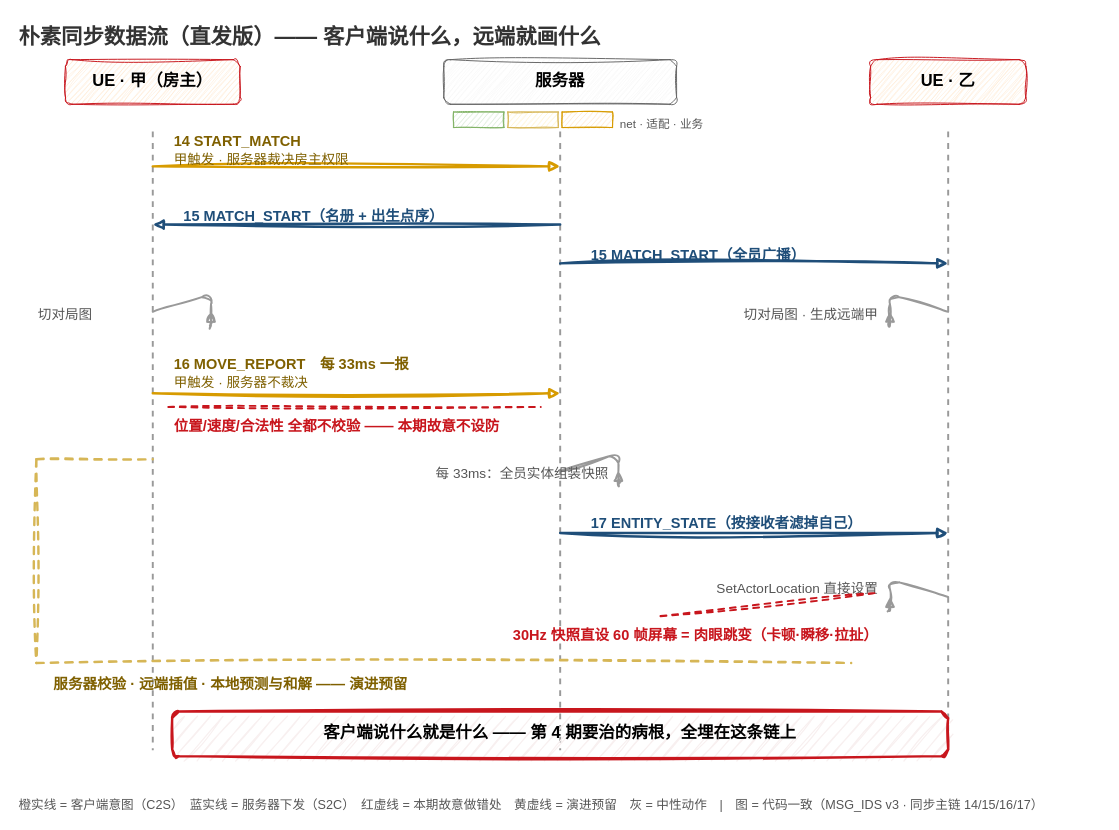
x-PiXiu/Sightline keeps this draw.io diagram as docs/episodes/ep03/match_dataflow.drawio. Above is the earlier version. Source tidied: cells renumbered, new cells numbered last; positions are measured from the earlier drawing's top-left corner, leaving out a move shared by most shapes. Both pictures are drawn from the tidied source at 97%, with x=0, y=0 at pixel (16, 16).
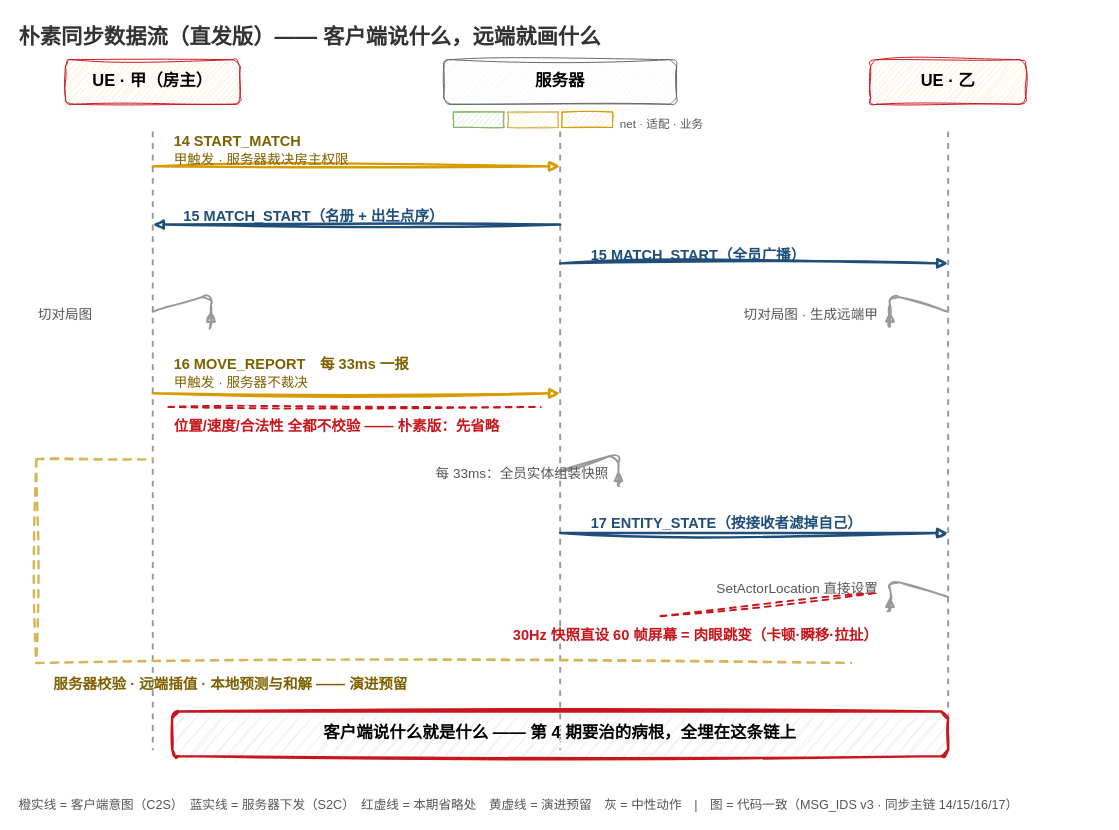
The same diagram, later.

Commit message:
ep03 正片口径修正（用户令）：全片禁说「故意做错」改「省略/朴素版」——match_dataflow 红标与图例改措辞重渲+走查变体重跑；脚本成果前置重排（S2=成果先看·军令状并段尾对账）

Change to the diagram source:
```diff
@@
-    <mxCell id="27" value="位置/速度/合法性 全都不校验 —— 本期故意不设防" style="text;fontSize=15;fontStyle=1;fontColor=#c8161d;align=left;sketch=1;" parent="1" vertex="1">
+    <mxCell id="27" value="位置/速度/合法性 全都不校验 —— 朴素版：先省略" style="text;fontSize=15;fontStyle=1;fontColor=#c8161d;align=left;sketch=1;" parent="1" vertex="1">
       <mxGeometry x="160" y="406" width="520" height="20" as="geometry" />
     </mxCell>
@@
-    <mxCell id="42" value="橙实线 = 客户端意图（C2S）　蓝实线 = 服务器下发（S2C）　红虚线 = 本期故意做错处　黄虚线 = 演进预留　灰 = 中性动作　|　图 = 代码一致（MSG_IDS v3 · 同步主链 14/15/16/17）" style="text;fontSize=13;fontColor=#555555;align=left;sketch=1;" parent="1" vertex="1">
+    <mxCell id="42" value="橙实线 = 客户端意图（C2S）　蓝实线 = 服务器下发（S2C）　红虚线 = 本期省略处　黄虚线 = 演进预留　灰 = 中性动作　|　图 = 代码一致（MSG_IDS v3 · 同步主链 14/15/16/17）" style="text;fontSize=13;fontColor=#555555;align=left;sketch=1;" parent="1" vertex="1">
       <mxGeometry y="798" width="1120" height="24" as="geometry" />
     </mxCell>
```
